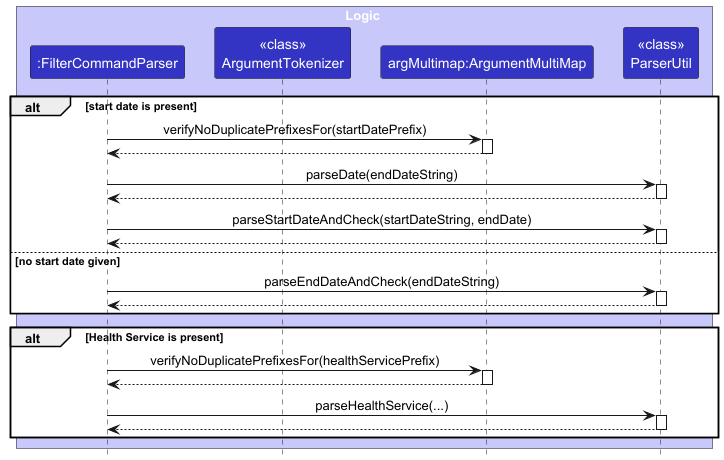
The PlantUML diagram docs/images/FilterParseFieldsSequenceDiagram.png in nus-cs2103-AY2425S1/tp, before a commit.
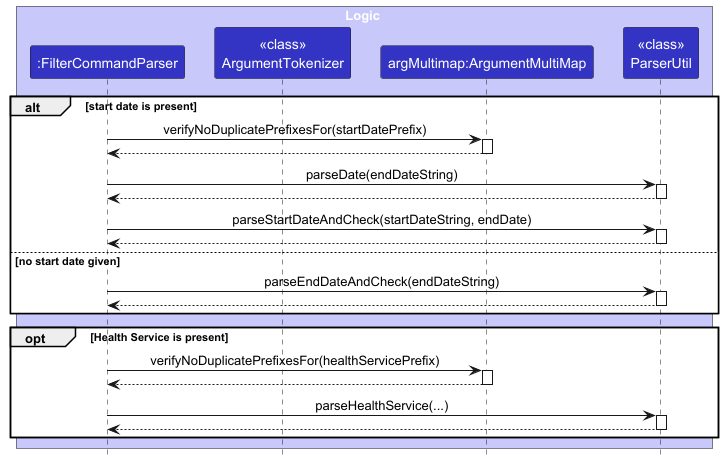
Later version of the same file.

Commit message:
Update filter sequence diagram and filter logic

What changed in the source:
```diff
@@ -37,7 +37,7 @@
 
 end
 
-alt Health Service is present
+opt Health Service is present
     FilterCommandParser -> ArgumentMultiMap : verifyNoDuplicatePrefixesFor(healthServicePrefix)
     activate ArgumentMultiMap
 
```
